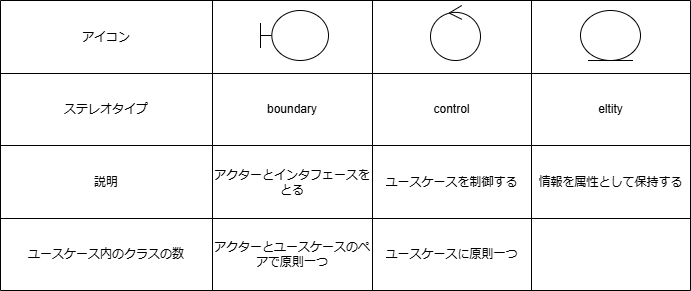
The draw.io diagram lesson 12-1.drawio.png in kenboasakura/UML_GettingStarted, before a commit. Source tidied: cells renumbered, new cells last; positions are measured from the earlier drawing's top-left corner, leaving out a move shared by most shapes. Its diagram source:
```xml
<mxGraphModel>
  <root>
    <mxCell id="0" />
    <mxCell id="1" parent="0" />
    <mxCell id="2" style="shape=table;startSize=0;" parent="1" vertex="1">
      <mxGeometry width="690" height="290" as="geometry" />
    </mxCell>
    <mxCell id="3" style="shape=tableRow;horizontal=0;startSize=0;swimlaneHead=0;swimlaneBody=0;strokeColor=inherit;top=0;left=0;bottom=0;right=0;fillColor=none;" parent="2" vertex="1">
      <mxGeometry width="690" height="73" as="geometry" />
    </mxCell>
    <mxCell id="4" value="アイコン" style="shape=partialRectangle;html=1;whiteSpace=wrap;strokeColor=inherit;overflow=hidden;fillColor=none;top=0;left=0;bottom=0;right=0;" parent="3" vertex="1">
      <mxGeometry width="212" height="73" as="geometry" />
    </mxCell>
    <mxCell id="5" style="shape=partialRectangle;html=1;whiteSpace=wrap;strokeColor=inherit;overflow=hidden;fillColor=none;top=0;left=0;bottom=0;right=0;" parent="3" vertex="1">
      <mxGeometry x="212" width="160" height="73" as="geometry" />
    </mxCell>
    <mxCell id="6" style="shape=partialRectangle;html=1;whiteSpace=wrap;strokeColor=inherit;overflow=hidden;fillColor=none;top=0;left=0;bottom=0;right=0;" parent="3" vertex="1">
      <mxGeometry x="372" width="159" height="73" as="geometry" />
    </mxCell>
    <mxCell id="7" style="shape=partialRectangle;html=1;whiteSpace=wrap;strokeColor=inherit;overflow=hidden;fillColor=none;top=0;left=0;bottom=0;right=0;" parent="3" vertex="1">
      <mxGeometry x="531" width="159" height="73" as="geometry" />
    </mxCell>
    <mxCell id="8" style="shape=tableRow;horizontal=0;startSize=0;swimlaneHead=0;swimlaneBody=0;strokeColor=inherit;top=0;left=0;bottom=0;right=0;fillColor=none;" parent="2" vertex="1">
      <mxGeometry y="73" width="690" height="72" as="geometry" />
    </mxCell>
    <mxCell id="9" value="ステレオタイプ" style="shape=partialRectangle;html=1;whiteSpace=wrap;strokeColor=inherit;overflow=hidden;fillColor=none;top=0;left=0;bottom=0;right=0;" parent="8" vertex="1">
      <mxGeometry width="212" height="72" as="geometry" />
    </mxCell>
    <mxCell id="10" value="boundary" style="shape=partialRectangle;html=1;whiteSpace=wrap;strokeColor=inherit;overflow=hidden;fillColor=none;top=0;left=0;bottom=0;right=0;" parent="8" vertex="1">
      <mxGeometry x="212" width="160" height="72" as="geometry" />
    </mxCell>
    <mxCell id="11" value="control" style="shape=partialRectangle;html=1;whiteSpace=wrap;strokeColor=inherit;overflow=hidden;fillColor=none;top=0;left=0;bottom=0;right=0;" parent="8" vertex="1">
      <mxGeometry x="372" width="159" height="72" as="geometry" />
    </mxCell>
    <mxCell id="12" value="eltity" style="shape=partialRectangle;html=1;whiteSpace=wrap;strokeColor=inherit;overflow=hidden;fillColor=none;top=0;left=0;bottom=0;right=0;" parent="8" vertex="1">
      <mxGeometry x="531" width="159" height="72" as="geometry" />
    </mxCell>
    <mxCell id="13" style="shape=tableRow;horizontal=0;startSize=0;swimlaneHead=0;swimlaneBody=0;strokeColor=inherit;top=0;left=0;bottom=0;right=0;fillColor=none;" parent="2" vertex="1">
      <mxGeometry y="145" width="690" height="73" as="geometry" />
    </mxCell>
    <mxCell id="14" value="説明" style="shape=partialRectangle;html=1;whiteSpace=wrap;strokeColor=inherit;overflow=hidden;fillColor=none;top=0;left=0;bottom=0;right=0;" parent="13" vertex="1">
      <mxGeometry width="212" height="73" as="geometry" />
    </mxCell>
    <mxCell id="15" value="アクターとインタフェースをとる" style="shape=partialRectangle;html=1;whiteSpace=wrap;strokeColor=inherit;overflow=hidden;fillColor=none;top=0;left=0;bottom=0;right=0;" parent="13" vertex="1">
      <mxGeometry x="212" width="160" height="73" as="geometry" />
    </mxCell>
    <mxCell id="16" value="ユースケースを制御する" style="shape=partialRectangle;html=1;whiteSpace=wrap;strokeColor=inherit;overflow=hidden;fillColor=none;top=0;left=0;bottom=0;right=0;" parent="13" vertex="1">
      <mxGeometry x="372" width="159" height="73" as="geometry" />
    </mxCell>
    <mxCell id="17" value="情報を属性として保持する" style="shape=partialRectangle;html=1;whiteSpace=wrap;strokeColor=inherit;overflow=hidden;fillColor=none;top=0;left=0;bottom=0;right=0;" parent="13" vertex="1">
      <mxGeometry x="531" width="159" height="73" as="geometry" />
    </mxCell>
    <mxCell id="18" style="shape=tableRow;horizontal=0;startSize=0;swimlaneHead=0;swimlaneBody=0;strokeColor=inherit;top=0;left=0;bottom=0;right=0;fillColor=none;" parent="2" vertex="1">
      <mxGeometry y="218" width="690" height="72" as="geometry" />
    </mxCell>
    <mxCell id="19" value="ユースケース内のクラスの数" style="shape=partialRectangle;html=1;whiteSpace=wrap;strokeColor=inherit;overflow=hidden;fillColor=none;top=0;left=0;bottom=0;right=0;" parent="18" vertex="1">
      <mxGeometry width="212" height="72" as="geometry" />
    </mxCell>
    <mxCell id="20" value="アクターとユースケースのペアで原則一つ" style="shape=partialRectangle;html=1;whiteSpace=wrap;strokeColor=inherit;overflow=hidden;fillColor=none;top=0;left=0;bottom=0;right=0;" parent="18" vertex="1">
      <mxGeometry x="212" width="160" height="72" as="geometry" />
    </mxCell>
    <mxCell id="21" value="ユースケースに原則一つ" style="shape=partialRectangle;html=1;whiteSpace=wrap;strokeColor=inherit;overflow=hidden;fillColor=none;top=0;left=0;bottom=0;right=0;" parent="18" vertex="1">
      <mxGeometry x="372" width="159" height="72" as="geometry" />
    </mxCell>
    <mxCell id="22" style="shape=partialRectangle;html=1;whiteSpace=wrap;strokeColor=inherit;overflow=hidden;fillColor=none;top=0;left=0;bottom=0;right=0;" parent="18" vertex="1">
      <mxGeometry x="531" width="159" height="72" as="geometry" />
    </mxCell>
    <mxCell id="23" style="shape=umlBoundary;whiteSpace=wrap;html=1;" parent="1" vertex="1">
      <mxGeometry x="260" y="10" width="68" height="50" as="geometry" />
    </mxCell>
    <mxCell id="24" style="ellipse;shape=umlControl;whiteSpace=wrap;html=1;" parent="1" vertex="1">
      <mxGeometry x="430" y="5" width="50" height="55" as="geometry" />
    </mxCell>
    <mxCell id="25" style="ellipse;shape=umlEntity;whiteSpace=wrap;html=1;" parent="1" vertex="1">
      <mxGeometry x="580" y="10" width="60" height="50" as="geometry" />
    </mxCell>
  </root>
</mxGraphModel>
```
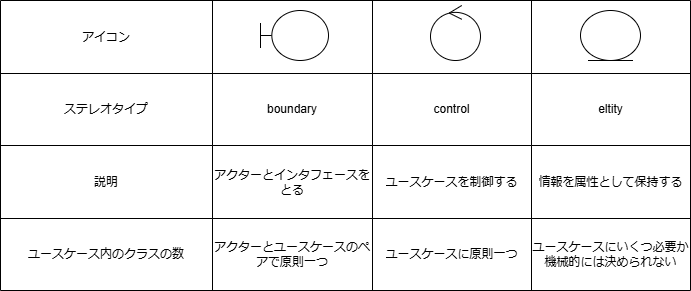
After the commit.

The edit, as a diff of the source:
```diff
@@ -62,7 +62,7 @@
     <mxCell id="21" value="ユースケースに原則一つ" style="shape=partialRectangle;html=1;whiteSpace=wrap;strokeColor=inherit;overflow=hidden;fillColor=none;top=0;left=0;bottom=0;right=0;" parent="18" vertex="1">
       <mxGeometry x="372" width="159" height="72" as="geometry" />
     </mxCell>
-    <mxCell id="22" style="shape=partialRectangle;html=1;whiteSpace=wrap;strokeColor=inherit;overflow=hidden;fillColor=none;top=0;left=0;bottom=0;right=0;" parent="18" vertex="1">
+    <mxCell id="22" value="ユースケースにいくつ必要か機械的には決められない" style="shape=partialRectangle;html=1;whiteSpace=wrap;strokeColor=inherit;overflow=hidden;fillColor=none;top=0;left=0;bottom=0;right=0;" parent="18" vertex="1">
       <mxGeometry x="531" width="159" height="72" as="geometry" />
     </mxCell>
     <mxCell id="23" style="shape=umlBoundary;whiteSpace=wrap;html=1;" parent="1" vertex="1">
```
